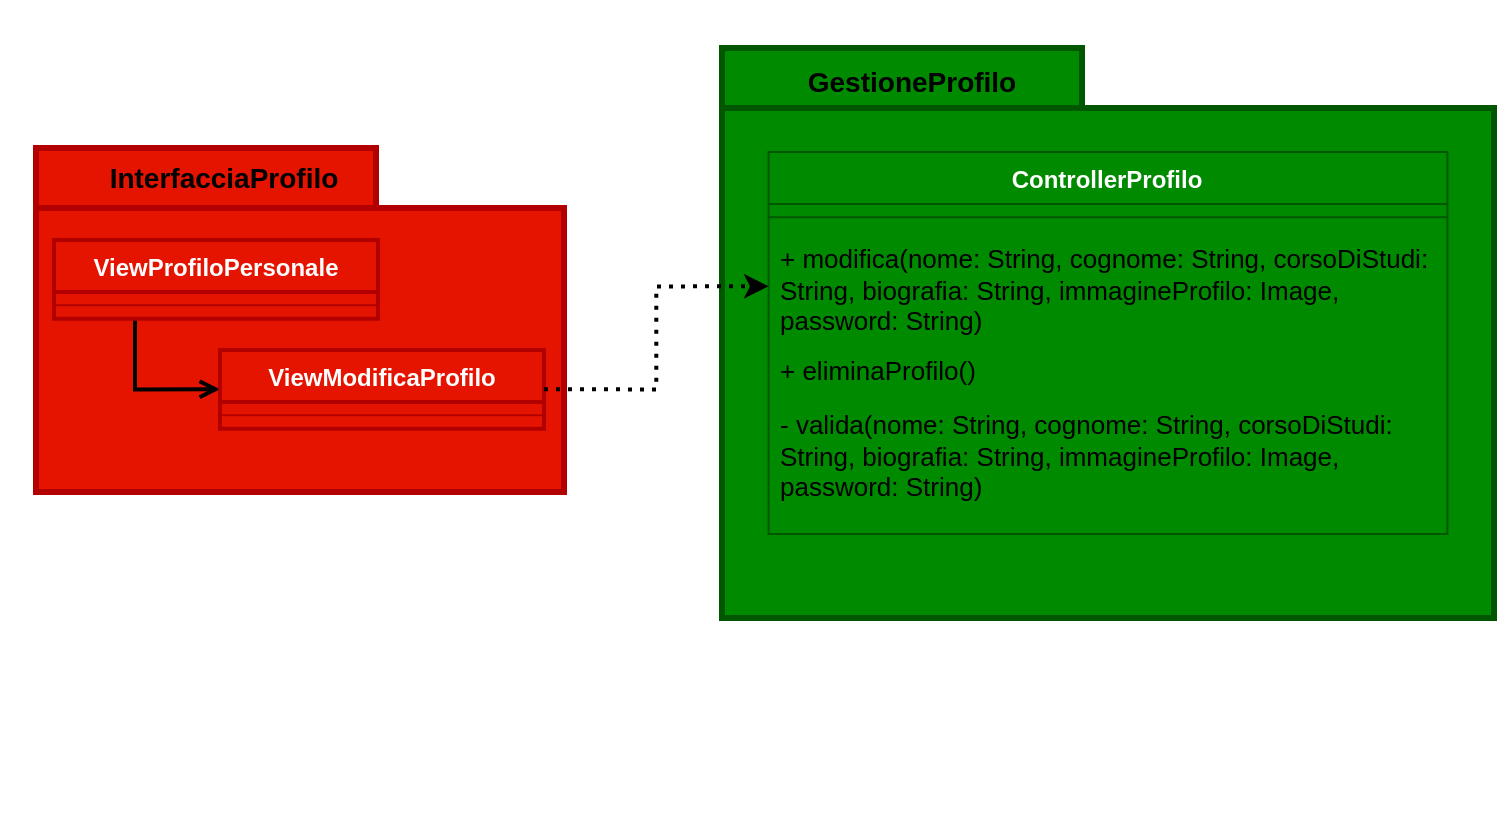
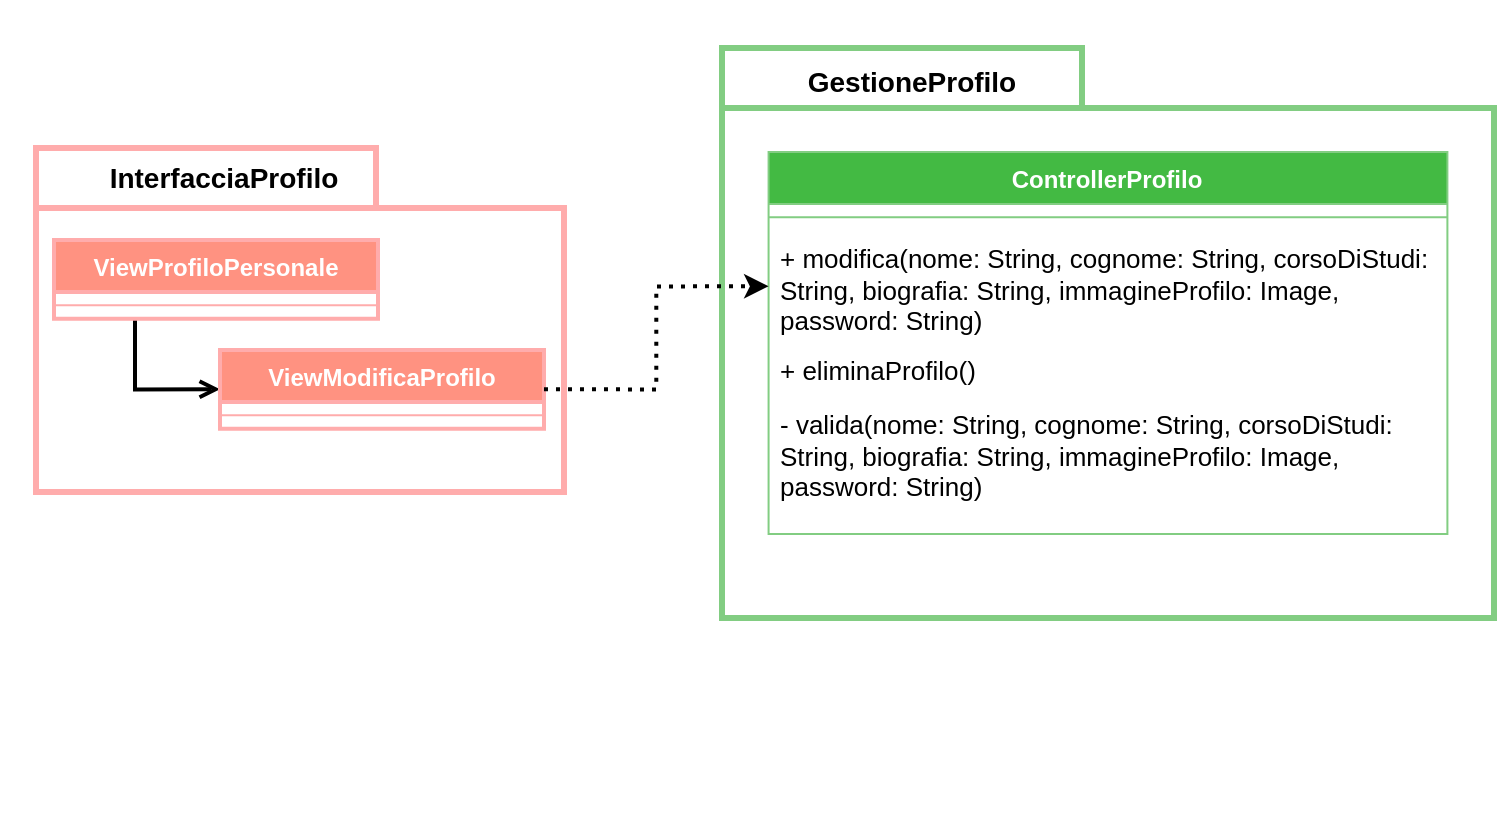
<mxfile host="app.diagrams.net">
  <diagram name="Pagina-1" id="wdsbKC95EBhZyH60uyUZ">
-     <mxGraphModel dx="1075" dy="527" grid="0" gridSize="10" guides="1" tooltips="1" connect="1" arrows="1" fold="1" page="1" pageScale="1" pageWidth="827" pageHeight="1169" background="light-dark(#FFFFFF,#FFFFFF)" math="0" shadow="0">
+     <mxGraphModel dx="1075" dy="622" grid="0" gridSize="10" guides="1" tooltips="1" connect="1" arrows="1" fold="1" page="1" pageScale="1" pageWidth="827" pageHeight="1169" background="light-dark(#FFFFFF,#FFFFFF)" math="0" shadow="0">
      <root>
        <mxCell id="0" />
        <mxCell id="1" parent="0" />
        <mxCell id="vI7wi6-NsrFYtlPV7Rbo-1" connectable="0" parent="1" style="group" value="" vertex="1">
          <mxGeometry height="233" width="264" x="71" y="173" as="geometry" />
        </mxCell>
-         <mxCell id="vI7wi6-NsrFYtlPV7Rbo-2" parent="vI7wi6-NsrFYtlPV7Rbo-1" style="shape=folder;fontStyle=1;spacingTop=10;tabWidth=170;tabHeight=30;tabPosition=left;html=1;whiteSpace=wrap;fillColor=light-dark(#E51400,#FFFFFF);fontColor=#ffffff;strokeColor=#B20000;strokeWidth=3;" value="" vertex="1">
+         <mxCell id="vI7wi6-NsrFYtlPV7Rbo-2" parent="vI7wi6-NsrFYtlPV7Rbo-1" style="shape=folder;fontStyle=1;spacingTop=10;tabWidth=170;tabHeight=30;tabPosition=left;html=1;whiteSpace=wrap;fillColor=light-dark(#FFFFFF,#E51400);fontColor=#ffffff;strokeColor=light-dark(#FFACAC,#B20000);strokeWidth=3;" value="" vertex="1">
          <mxGeometry height="172" width="264" as="geometry" />
        </mxCell>
        <mxCell id="vI7wi6-NsrFYtlPV7Rbo-3" parent="vI7wi6-NsrFYtlPV7Rbo-1" style="text;html=1;whiteSpace=wrap;strokeColor=none;fillColor=none;align=center;verticalAlign=middle;rounded=0;fontColor=light-dark(#000000,#000000);fontStyle=1;fontSize=14;" value="InterfacciaProfilo" vertex="1">
          <mxGeometry height="49.92857142857143" width="224.4" x="-18" y="-10" as="geometry" />
        </mxCell>
        <mxCell id="vI7wi6-NsrFYtlPV7Rbo-19" edge="1" parent="vI7wi6-NsrFYtlPV7Rbo-1" source="vI7wi6-NsrFYtlPV7Rbo-4" style="edgeStyle=orthogonalEdgeStyle;rounded=0;orthogonalLoop=1;jettySize=auto;html=1;exitX=0.25;exitY=1;exitDx=0;exitDy=0;entryX=0;entryY=0.5;entryDx=0;entryDy=0;strokeColor=light-dark(#000000,#000000);strokeWidth=2;endArrow=open;endFill=0;" target="vI7wi6-NsrFYtlPV7Rbo-17">
          <mxGeometry relative="1" as="geometry" />
        </mxCell>
-         <mxCell id="vI7wi6-NsrFYtlPV7Rbo-4" parent="vI7wi6-NsrFYtlPV7Rbo-1" style="swimlane;fontStyle=1;align=center;verticalAlign=top;childLayout=stackLayout;horizontal=1;startSize=26;horizontalStack=0;resizeParent=1;resizeParentMax=0;resizeLast=0;collapsible=1;marginBottom=0;whiteSpace=wrap;html=1;fillColor=#e51400;strokeColor=#B20000;fontColor=#ffffff;strokeWidth=2;" value="ViewProfiloPersonale" vertex="1">
+         <mxCell id="vI7wi6-NsrFYtlPV7Rbo-4" parent="vI7wi6-NsrFYtlPV7Rbo-1" style="swimlane;fontStyle=1;align=center;verticalAlign=top;childLayout=stackLayout;horizontal=1;startSize=26;horizontalStack=0;resizeParent=1;resizeParentMax=0;resizeLast=0;collapsible=1;marginBottom=0;whiteSpace=wrap;html=1;fillColor=light-dark(#FF9281,#E51400);strokeColor=light-dark(#FFACAC,#B20000);fontColor=#ffffff;strokeWidth=2;" value="ViewProfiloPersonale" vertex="1">
          <mxGeometry height="39.31428571428572" width="162" x="9" y="46" as="geometry" />
        </mxCell>
        <mxCell id="vI7wi6-NsrFYtlPV7Rbo-5" parent="vI7wi6-NsrFYtlPV7Rbo-4" style="line;strokeWidth=1;fillColor=none;align=left;verticalAlign=middle;spacingTop=-1;spacingLeft=3;spacingRight=3;rotatable=0;labelPosition=right;points=[];portConstraint=eastwest;strokeColor=inherit;" value="" vertex="1">
          <mxGeometry height="13.314285714285715" width="162" y="26" as="geometry" />
        </mxCell>
-         <mxCell id="vI7wi6-NsrFYtlPV7Rbo-17" parent="vI7wi6-NsrFYtlPV7Rbo-1" style="swimlane;fontStyle=1;align=center;verticalAlign=top;childLayout=stackLayout;horizontal=1;startSize=26;horizontalStack=0;resizeParent=1;resizeParentMax=0;resizeLast=0;collapsible=1;marginBottom=0;whiteSpace=wrap;html=1;fillColor=#e51400;strokeColor=#B20000;fontColor=#ffffff;strokeWidth=2;" value="ViewModificaProfilo" vertex="1">
+         <mxCell id="vI7wi6-NsrFYtlPV7Rbo-17" parent="vI7wi6-NsrFYtlPV7Rbo-1" style="swimlane;fontStyle=1;align=center;verticalAlign=top;childLayout=stackLayout;horizontal=1;startSize=26;horizontalStack=0;resizeParent=1;resizeParentMax=0;resizeLast=0;collapsible=1;marginBottom=0;whiteSpace=wrap;html=1;fillColor=light-dark(#FF9281,#E51400);strokeColor=light-dark(#FFACAC,#B20000);fontColor=#ffffff;strokeWidth=2;" value="ViewModificaProfilo" vertex="1">
          <mxGeometry height="39.31428571428572" width="162" x="92" y="101" as="geometry" />
        </mxCell>
        <mxCell id="vI7wi6-NsrFYtlPV7Rbo-18" parent="vI7wi6-NsrFYtlPV7Rbo-17" style="line;strokeWidth=1;fillColor=none;align=left;verticalAlign=middle;spacingTop=-1;spacingLeft=3;spacingRight=3;rotatable=0;labelPosition=right;points=[];portConstraint=eastwest;strokeColor=inherit;" value="" vertex="1">
          <mxGeometry height="13.314285714285715" width="162" y="26" as="geometry" />
        </mxCell>
        <mxCell id="vI7wi6-NsrFYtlPV7Rbo-7" connectable="0" parent="1" style="group" value="" vertex="1">
          <mxGeometry height="383" width="386" x="414" y="123" as="geometry" />
        </mxCell>
-         <mxCell id="vI7wi6-NsrFYtlPV7Rbo-8" parent="vI7wi6-NsrFYtlPV7Rbo-7" style="shape=folder;fontStyle=1;spacingTop=10;tabWidth=180;tabHeight=30;tabPosition=left;html=1;whiteSpace=wrap;fillColor=light-dark(#008A00,#FFFFFF);fontColor=#ffffff;strokeColor=#005700;strokeWidth=3;" value="" vertex="1">
+         <mxCell id="vI7wi6-NsrFYtlPV7Rbo-8" parent="vI7wi6-NsrFYtlPV7Rbo-7" style="shape=folder;fontStyle=1;spacingTop=10;tabWidth=180;tabHeight=30;tabPosition=left;html=1;whiteSpace=wrap;fillColor=light-dark(#FFFFFF,#008A00);fontColor=#ffffff;strokeColor=light-dark(#82CD82,#005700);strokeWidth=3;" value="" vertex="1">
          <mxGeometry height="285" width="386" as="geometry" />
        </mxCell>
        <mxCell id="vI7wi6-NsrFYtlPV7Rbo-9" parent="vI7wi6-NsrFYtlPV7Rbo-7" style="text;html=1;whiteSpace=wrap;strokeColor=none;fillColor=none;align=center;verticalAlign=middle;rounded=0;fontColor=light-dark(#000000,#000000);fontStyle=1;fontSize=14;" value="GestioneProfilo" vertex="1">
          <mxGeometry height="82.07142857142857" width="328.09999999999997" x="-69.48064908722108" y="-23.669449103341506" as="geometry" />
        </mxCell>
-         <mxCell id="vI7wi6-NsrFYtlPV7Rbo-10" parent="vI7wi6-NsrFYtlPV7Rbo-7" style="swimlane;fontStyle=1;align=center;verticalAlign=top;childLayout=stackLayout;horizontal=1;startSize=26;horizontalStack=0;resizeParent=1;resizeParentMax=0;resizeLast=0;collapsible=1;marginBottom=0;whiteSpace=wrap;html=1;fillColor=#008a00;fontColor=#ffffff;strokeColor=#005700;" value="ControllerProfilo" vertex="1">
+         <mxCell id="vI7wi6-NsrFYtlPV7Rbo-10" parent="vI7wi6-NsrFYtlPV7Rbo-7" style="swimlane;fontStyle=1;align=center;verticalAlign=top;childLayout=stackLayout;horizontal=1;startSize=26;horizontalStack=0;resizeParent=1;resizeParentMax=0;resizeLast=0;collapsible=1;marginBottom=0;whiteSpace=wrap;html=1;fillColor=light-dark(#43BA43,#008A00);fontColor=#ffffff;strokeColor=light-dark(#82CD82,#005700);" value="ControllerProfilo" vertex="1">
          <mxGeometry height="191.00173913043477" width="339.41" x="23.29" y="52" as="geometry" />
        </mxCell>
        <mxCell id="vI7wi6-NsrFYtlPV7Rbo-11" parent="vI7wi6-NsrFYtlPV7Rbo-10" style="line;strokeWidth=1;fillColor=none;align=left;verticalAlign=middle;spacingTop=-1;spacingLeft=3;spacingRight=3;rotatable=0;labelPosition=right;points=[];portConstraint=eastwest;strokeColor=inherit;" value="" vertex="1">
          <mxGeometry height="13.321739130434784" width="339.41" y="26" as="geometry" />
        </mxCell>
        <mxCell id="vI7wi6-NsrFYtlPV7Rbo-12" parent="vI7wi6-NsrFYtlPV7Rbo-10" style="text;strokeColor=none;fillColor=none;align=left;verticalAlign=top;spacingLeft=4;spacingRight=4;overflow=hidden;rotatable=0;points=[[0,0.5],[1,0.5]];portConstraint=eastwest;whiteSpace=wrap;html=1;fontColor=light-dark(#000000,#000000);fontStyle=0;fontSize=13;" value="+ modifica(nome: String, cognome: String, corsoDiStudi: String, biografia: String, immagineProfilo: Image, password: String)" vertex="1">
          <mxGeometry height="55.68" width="339.41" y="39.321739130434786" as="geometry" />
        </mxCell>
        <mxCell id="vI7wi6-NsrFYtlPV7Rbo-13" parent="vI7wi6-NsrFYtlPV7Rbo-10" style="text;strokeColor=none;fillColor=none;align=left;verticalAlign=top;spacingLeft=4;spacingRight=4;overflow=hidden;rotatable=0;points=[[0,0.5],[1,0.5]];portConstraint=eastwest;whiteSpace=wrap;html=1;" value="&lt;font style=&quot;color: light-dark(rgb(0, 0, 0), rgb(0, 0, 0));&quot;&gt;&lt;span style=&quot;font-size: 13px;&quot;&gt;+ eliminaProfilo()&lt;/span&gt;&lt;/font&gt;" vertex="1">
          <mxGeometry height="27.38" width="339.41" y="95.00173913043479" as="geometry" />
        </mxCell>
        <mxCell id="WpRUN8oY4uUoDDZrXA83-1" parent="vI7wi6-NsrFYtlPV7Rbo-10" style="text;strokeColor=none;fillColor=none;align=left;verticalAlign=top;spacingLeft=4;spacingRight=4;overflow=hidden;rotatable=0;points=[[0,0.5],[1,0.5]];portConstraint=eastwest;whiteSpace=wrap;html=1;" value="&lt;font style=&quot;color: light-dark(rgb(0, 0, 0), rgb(0, 0, 0));&quot;&gt;&lt;span style=&quot;font-size: 13px;&quot;&gt;- valida(&lt;/span&gt;&lt;span style=&quot;font-size: 13px;&quot;&gt;nome: String, cognome: String, corsoDiStudi: String, biografia: String, immagineProfilo: Image, password: String&lt;/span&gt;&lt;span style=&quot;font-size: 13px;&quot;&gt;)&lt;/span&gt;&lt;/font&gt;" vertex="1">
          <mxGeometry height="68.62" width="339.41" y="122.38173913043478" as="geometry" />
        </mxCell>
        <mxCell id="VgOkpw7i_NWv7KZVyyf9-1" edge="1" parent="1" source="vI7wi6-NsrFYtlPV7Rbo-17" style="edgeStyle=orthogonalEdgeStyle;rounded=0;orthogonalLoop=1;jettySize=auto;html=1;exitX=1;exitY=0.5;exitDx=0;exitDy=0;entryX=0;entryY=0.5;entryDx=0;entryDy=0;dashed=1;dashPattern=1 2;strokeWidth=2;strokeColor=light-dark(#000000,#000000);" target="vI7wi6-NsrFYtlPV7Rbo-12">
          <mxGeometry relative="1" as="geometry" />
        </mxCell>
      </root>
    </mxGraphModel>
  </diagram>
</mxfile>
